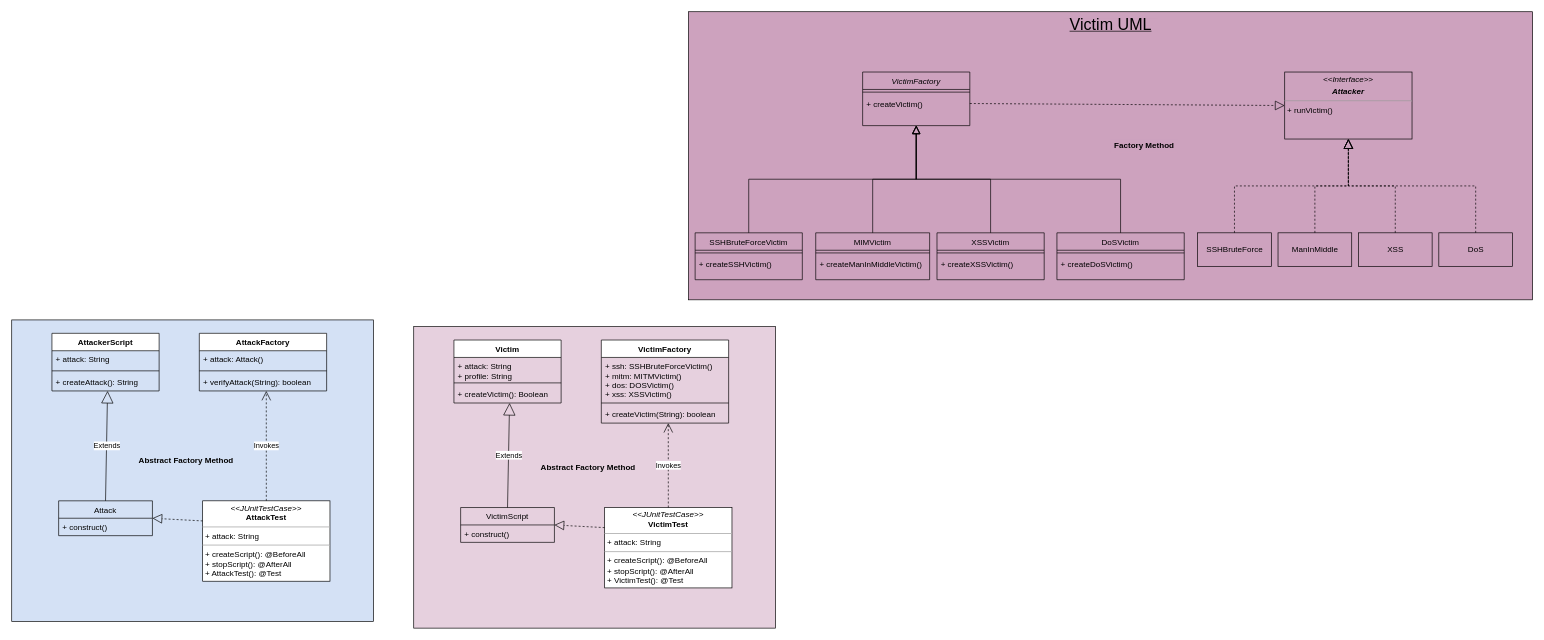
Above: Untitled Diagram.drawio in connormc1010/ZFAC025_Final_Project (draw.io), before the change. Source tidied: cells renumbered, new cells numbered last; positions are measured from the earlier drawing's top-left corner, leaving out a move shared by most shapes. Both pictures are drawn from the tidied source at 67%, with x=0, y=0 at pixel (11, 11).
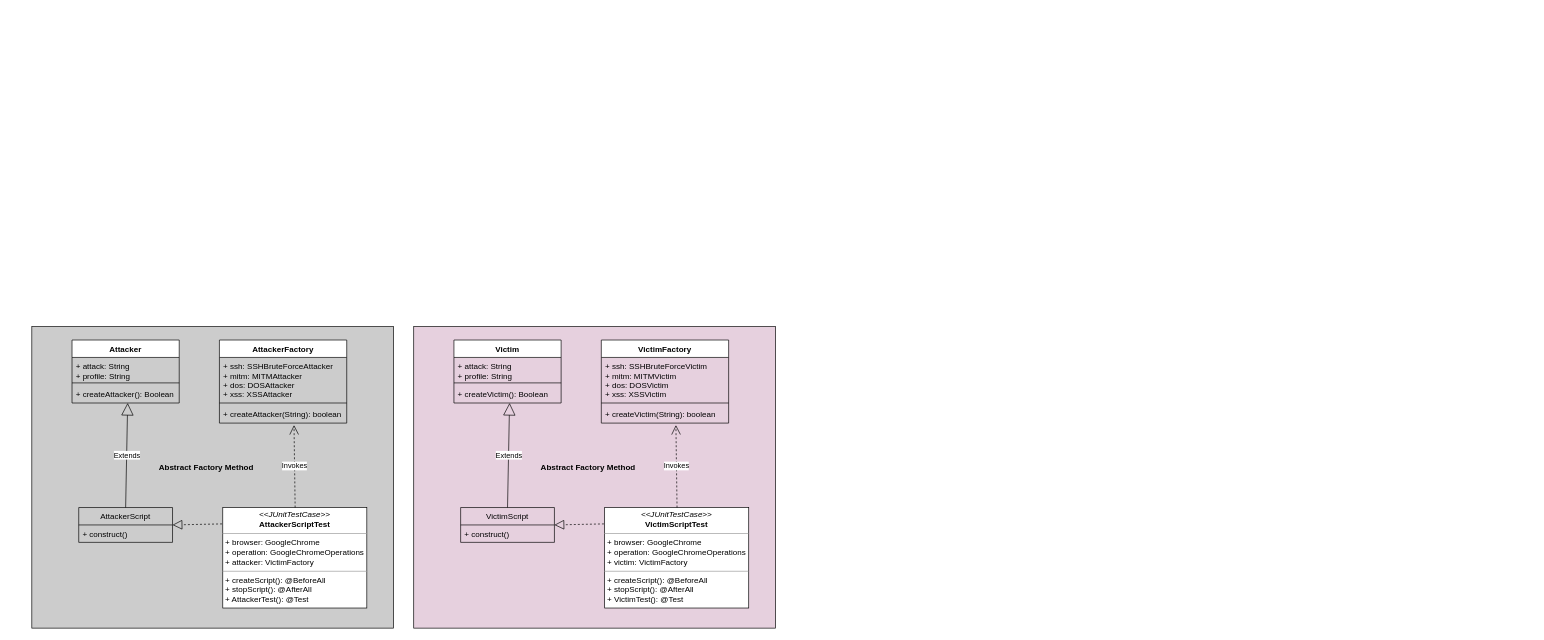
Above is the later version.

Unchanged cells that the change refers to:
```xml
<mxCell id="55" value="VictimScript" style="swimlane;fontStyle=0;horizontal=1;startSize=26;fillColor=none;" parent="1" vertex="1">
  <mxGeometry x="670" y="740" width="140" height="52" as="geometry" />
</mxCell>
<mxCell id="58" value="VictimFactory" style="swimlane;fontStyle=1;align=center;verticalAlign=top;horizontal=1;startSize=26;" parent="1" vertex="1">
  <mxGeometry x="880" y="490" width="190" height="124" as="geometry" />
</mxCell>
<mxCell id="61" value="+ createVictim(String): boolean" style="text;strokeColor=none;fillColor=none;align=left;verticalAlign=top;spacingLeft=4;spacingRight=4;overflow=hidden;points=[[0,0.5],[1,0.5]];portConstraint=eastwest;" parent="58" vertex="1">
  <mxGeometry y="98" width="190" height="26" as="geometry" />
</mxCell>
```

Diff of the diagram source:
```diff
@@
-    <mxCell id="2" style="rounded=0;whiteSpace=wrap;html=1;fillColor=#D4E1F5;" parent="1" vertex="1">
-      <mxGeometry y="460" width="540" height="450" as="geometry" />
-    </mxCell>
-    <mxCell id="3" style="rounded=0;whiteSpace=wrap;html=1;fillColor=#CDA2BE;" parent="1" vertex="1">
-      <mxGeometry x="1010" width="1260" height="430" as="geometry" />
-    </mxCell>
-    <mxCell id="4" value="VictimFactory" style="swimlane;fontStyle=2;align=center;verticalAlign=top;horizontal=1;startSize=26;rounded=0;shadow=0;strokeWidth=1;fillColor=#CDA2BE;" parent="1" vertex="1">
-      <mxGeometry x="1270" y="90" width="160" height="80" as="geometry" />
-    </mxCell>
-    <mxCell id="5" style="line;html=1;strokeWidth=1;align=left;verticalAlign=middle;spacingTop=-1;spacingLeft=3;spacingRight=3;labelPosition=right;" parent="4" vertex="1">
-      <mxGeometry y="26" width="160" height="8" as="geometry" />
-    </mxCell>
-    <mxCell id="6" value="+ createVictim()" style="text;align=left;verticalAlign=top;spacingLeft=4;spacingRight=4;overflow=hidden;points=[[0,0.5],[1,0.5]];portConstraint=eastwest;" parent="4" vertex="1">
-      <mxGeometry y="34" width="160" height="26" as="geometry" />
-    </mxCell>
-    <mxCell id="7" value="SSHBruteForceVictim" style="swimlane;fontStyle=0;align=center;verticalAlign=top;horizontal=1;startSize=26;rounded=0;shadow=0;strokeWidth=1;fillColor=#CDA2BE;" parent="1" vertex="1">
-      <mxGeometry x="1020" y="330" width="160" height="70" as="geometry" />
-    </mxCell>
-    <mxCell id="8" style="line;html=1;strokeWidth=1;align=left;verticalAlign=middle;spacingTop=-1;spacingLeft=3;spacingRight=3;labelPosition=right;" parent="7" vertex="1">
-      <mxGeometry y="26" width="160" height="8" as="geometry" />
-    </mxCell>
-    <mxCell id="9" value="+ createSSHVictim()" style="text;align=left;verticalAlign=top;spacingLeft=4;spacingRight=4;overflow=hidden;fontStyle=0;" parent="7" vertex="1">
-      <mxGeometry y="34" width="160" height="26" as="geometry" />
-    </mxCell>
-    <mxCell id="10" style="endArrow=block;endSize=10;endFill=0;shadow=0;strokeWidth=1;rounded=0;edgeStyle=elbowEdgeStyle;elbow=vertical;fillColor=#CDA2BE;" parent="1" edge="1" source="7" target="4">
-      <mxGeometry relative="1" as="geometry" />
-    </mxCell>
-    <mxCell id="11" value="MIMVictim" style="swimlane;fontStyle=0;align=center;verticalAlign=top;horizontal=1;startSize=26;rounded=0;shadow=0;strokeWidth=1;fillColor=#CDA2BE;" parent="1" vertex="1">
-      <mxGeometry x="1200" y="330" width="170" height="70" as="geometry" />
-    </mxCell>
-    <mxCell id="12" style="line;html=1;strokeWidth=1;align=left;verticalAlign=middle;spacingTop=-1;spacingLeft=3;spacingRight=3;labelPosition=right;" parent="11" vertex="1">
-      <mxGeometry y="26" width="170" height="8" as="geometry" />
-    </mxCell>
-    <mxCell id="13" value="+ createManInMiddleVictim()" style="text;align=left;verticalAlign=top;spacingLeft=4;spacingRight=4;overflow=hidden;fontStyle=0;" parent="11" vertex="1">
-      <mxGeometry y="34" width="170" height="26" as="geometry" />
-    </mxCell>
-    <mxCell id="14" style="endArrow=block;endSize=10;endFill=0;shadow=0;strokeWidth=1;rounded=0;edgeStyle=elbowEdgeStyle;elbow=vertical;fillColor=#CDA2BE;" parent="1" edge="1" source="11" target="4">
-      <mxGeometry relative="1" as="geometry" />
-    </mxCell>
-    <mxCell id="15" value="&lt;p style=&quot;margin: 0px ; margin-top: 4px ; text-align: center&quot;&gt;&lt;i&gt;&amp;lt;&amp;lt;Interface&amp;gt;&amp;gt;&lt;/i&gt;&lt;br&gt;&lt;/p&gt;&lt;p style=&quot;margin: 0px ; margin-top: 4px ; text-align: center&quot;&gt;&lt;i&gt;&lt;b&gt;Attacker&lt;/b&gt;&lt;/i&gt;&lt;/p&gt;&lt;hr size=&quot;1&quot;&gt;&lt;p style=&quot;margin: 0px ; margin-left: 4px&quot;&gt;+ runVictim()&lt;br&gt;&lt;/p&gt;" style="verticalAlign=top;align=left;overflow=fill;fontSize=12;fontFamily=Helvetica;html=1;fillColor=#CDA2BE;" parent="1" vertex="1">
-      <mxGeometry x="1900" y="90" width="190" height="100" as="geometry" />
-    </mxCell>
-    <mxCell id="16" value="SSHBruteForce" style="html=1;fillColor=#CDA2BE;" parent="1" vertex="1">
-      <mxGeometry x="1770" y="330" width="110" height="50" as="geometry" />
-    </mxCell>
-    <mxCell id="17" value="ManInMiddle" style="html=1;fillColor=#CDA2BE;" parent="1" vertex="1">
-      <mxGeometry x="1890" y="330" width="110" height="50" as="geometry" />
-    </mxCell>
-    <mxCell id="18" value="XSS" style="html=1;fillColor=#CDA2BE;" parent="1" vertex="1">
-      <mxGeometry x="2010" y="330" width="110" height="50" as="geometry" />
-    </mxCell>
-    <mxCell id="19" value="XSSVictim" style="swimlane;fontStyle=0;align=center;verticalAlign=top;horizontal=1;startSize=26;rounded=0;shadow=0;strokeWidth=1;fillColor=#CDA2BE;" parent="1" vertex="1">
-      <mxGeometry x="1381" y="330" width="160" height="70" as="geometry" />
-    </mxCell>
-    <mxCell id="20" style="line;html=1;strokeWidth=1;align=left;verticalAlign=middle;spacingTop=-1;spacingLeft=3;spacingRight=3;labelPosition=right;" parent="19" vertex="1">
-      <mxGeometry y="26" width="160" height="8" as="geometry" />
-    </mxCell>
-    <mxCell id="21" value="+ createXSSVictim()" style="text;align=left;verticalAlign=top;spacingLeft=4;spacingRight=4;overflow=hidden;fontStyle=0;" parent="19" vertex="1">
-      <mxGeometry y="34" width="160" height="26" as="geometry" />
-    </mxCell>
-    <mxCell id="22" value="DoS" style="html=1;fillColor=#CDA2BE;" parent="1" vertex="1">
-      <mxGeometry x="2130" y="330" width="110" height="50" as="geometry" />
-    </mxCell>
-    <mxCell id="23" value="DoSVictim" style="swimlane;fontStyle=0;align=center;verticalAlign=top;horizontal=1;startSize=26;rounded=0;shadow=0;strokeWidth=1;fillColor=#CDA2BE;" parent="1" vertex="1">
-      <mxGeometry x="1560" y="330" width="190" height="70" as="geometry" />
-    </mxCell>
-    <mxCell id="24" style="line;html=1;strokeWidth=1;align=left;verticalAlign=middle;spacingTop=-1;spacingLeft=3;spacingRight=3;labelPosition=right;" parent="23" vertex="1">
-      <mxGeometry y="26" width="190" height="8" as="geometry" />
-    </mxCell>
-    <mxCell id="25" value="+ createDoSVictim()" style="text;align=left;verticalAlign=top;spacingLeft=4;spacingRight=4;overflow=hidden;fontStyle=0;" parent="23" vertex="1">
-      <mxGeometry y="34" width="190" height="26" as="geometry" />
-    </mxCell>
-    <mxCell id="26" style="endArrow=block;dashed=1;endFill=0;endSize=12;html=1;rounded=0;exitX=0.5;exitY=0;exitDx=0;exitDy=0;entryX=0.5;entryY=1;entryDx=0;entryDy=0;edgeStyle=orthogonalEdgeStyle;fillColor=#CDA2BE;" parent="1" edge="1" source="16" target="15">
-      <mxGeometry relative="1" as="geometry" />
-    </mxCell>
-    <mxCell id="27" style="endArrow=block;dashed=1;endFill=0;endSize=12;html=1;rounded=0;entryX=0.5;entryY=1;entryDx=0;entryDy=0;edgeStyle=orthogonalEdgeStyle;fillColor=#CDA2BE;" parent="1" edge="1" source="17" target="15">
-      <mxGeometry relative="1" as="geometry" />
-    </mxCell>
-    <mxCell id="28" style="endArrow=block;dashed=1;endFill=0;endSize=12;html=1;rounded=0;exitX=0.5;exitY=0;exitDx=0;exitDy=0;entryX=0.5;entryY=1;entryDx=0;entryDy=0;edgeStyle=orthogonalEdgeStyle;fillColor=#CDA2BE;" parent="1" edge="1" source="18" target="15">
-      <mxGeometry relative="1" as="geometry" />
-    </mxCell>
-    <mxCell id="29" style="endArrow=block;dashed=1;endFill=0;endSize=12;html=1;rounded=0;exitX=0.5;exitY=0;exitDx=0;exitDy=0;entryX=0.5;entryY=1;entryDx=0;entryDy=0;edgeStyle=orthogonalEdgeStyle;fillColor=#CDA2BE;" parent="1" edge="1" source="22" target="15">
-      <mxGeometry relative="1" as="geometry" />
-    </mxCell>
-    <mxCell id="30" style="endArrow=block;endSize=10;endFill=0;shadow=0;strokeWidth=1;rounded=0;edgeStyle=elbowEdgeStyle;elbow=vertical;exitX=0.5;exitY=0;exitDx=0;exitDy=0;entryX=0.5;entryY=1;entryDx=0;entryDy=0;fillColor=#CDA2BE;" parent="1" edge="1" source="19" target="4">
-      <mxGeometry relative="1" as="geometry" />
-    </mxCell>
-    <mxCell id="31" style="endArrow=block;endSize=10;endFill=0;shadow=0;strokeWidth=1;rounded=0;edgeStyle=elbowEdgeStyle;elbow=vertical;exitX=0.5;exitY=0;exitDx=0;exitDy=0;entryX=0.5;entryY=1;entryDx=0;entryDy=0;fillColor=#CDA2BE;" parent="1" edge="1" source="23" target="4">
-      <mxGeometry relative="1" as="geometry" />
-    </mxCell>
-    <mxCell id="32" style="endArrow=block;dashed=1;endFill=0;endSize=12;html=1;rounded=0;exitX=1;exitY=0.5;exitDx=0;exitDy=0;entryX=0;entryY=0.5;entryDx=0;entryDy=0;fillColor=#CDA2BE;" parent="1" edge="1" source="6" target="15">
-      <mxGeometry relative="1" as="geometry" />
-    </mxCell>
-    <mxCell id="33" value="&lt;u&gt;&lt;font style=&quot;font-size: 24px&quot;&gt;Victim UML&lt;/font&gt;&lt;/u&gt;" style="text;html=1;align=center;verticalAlign=middle;strokeColor=none;fillColor=#CDA2BE;" parent="1" vertex="1">
-      <mxGeometry x="1570" y="10" width="140" height="20" as="geometry" />
-    </mxCell>
-    <mxCell id="34" value="&lt;b&gt;Factory Method&lt;/b&gt;" style="text;html=1;align=center;verticalAlign=middle;strokeColor=none;fillColor=#CDA2BE;" parent="1" vertex="1">
-      <mxGeometry x="1640" y="190" width="100" height="20" as="geometry" />
-    </mxCell>
-    <mxCell id="35" value="AttackerScript" style="swimlane;fontStyle=1;align=center;verticalAlign=top;horizontal=1;startSize=26;" parent="1" vertex="1">
-      <mxGeometry x="60" y="480" width="160" height="86" as="geometry" />
-    </mxCell>
-    <mxCell id="36" value="+ attack: String" style="text;strokeColor=none;fillColor=none;align=left;verticalAlign=top;spacingLeft=4;spacingRight=4;overflow=hidden;" parent="35" vertex="1">
-      <mxGeometry y="26" width="160" height="26" as="geometry" />
-    </mxCell>
-    <mxCell id="37" style="line;strokeWidth=1;fillColor=none;align=left;verticalAlign=middle;spacingTop=-1;spacingLeft=3;spacingRight=3;labelPosition=right;" parent="35" vertex="1">
-      <mxGeometry y="52" width="160" height="8" as="geometry" />
-    </mxCell>
-    <mxCell id="38" value="+ createAttack(): String" style="text;strokeColor=none;fillColor=none;align=left;verticalAlign=top;spacingLeft=4;spacingRight=4;overflow=hidden;points=[[0,0.5],[1,0.5]];portConstraint=eastwest;" parent="35" vertex="1">
-      <mxGeometry y="60" width="160" height="26" as="geometry" />
-    </mxCell>
-    <mxCell id="39" value="Attack" style="swimlane;fontStyle=0;horizontal=1;startSize=26;fillColor=none;" parent="1" vertex="1">
-      <mxGeometry x="70" y="730" width="140" height="52" as="geometry" />
-    </mxCell>
-    <mxCell id="40" value="+ construct()" style="text;strokeColor=none;fillColor=none;align=left;verticalAlign=top;spacingLeft=4;spacingRight=4;overflow=hidden;" parent="39" vertex="1">
-      <mxGeometry y="26" width="140" height="26" as="geometry" />
-    </mxCell>
-    <mxCell id="41" value="&lt;p style=&quot;margin: 0px ; margin-top: 4px ; text-align: center&quot;&gt;&lt;i&gt;&amp;lt;&amp;lt;JUnitTestCase&amp;gt;&amp;gt;&lt;/i&gt;&lt;br&gt;&lt;b&gt;AttackTest&lt;/b&gt;&lt;/p&gt;&lt;hr size=&quot;1&quot;&gt;&lt;p style=&quot;margin: 0px ; margin-left: 4px&quot;&gt;+ attack: String&lt;/p&gt;&lt;hr size=&quot;1&quot;&gt;&lt;p style=&quot;margin: 0px ; margin-left: 4px&quot;&gt;+ createScript(): @BeforeAll&lt;/p&gt;&lt;p style=&quot;margin: 0px ; margin-left: 4px&quot;&gt;+ stopScript(): @AfterAll&lt;/p&gt;&lt;p style=&quot;margin: 0px ; margin-left: 4px&quot;&gt;+ AttackTest(): @Test&lt;br&gt;&lt;br&gt;&lt;/p&gt;" style="verticalAlign=top;align=left;overflow=fill;fontSize=12;fontFamily=Helvetica;html=1;" parent="1" vertex="1">
-      <mxGeometry x="285" y="730" width="190" height="120" as="geometry" />
-    </mxCell>
-    <mxCell id="42" value="AttackFactory" style="swimlane;fontStyle=1;align=center;verticalAlign=top;horizontal=1;startSize=26;" parent="1" vertex="1">
-      <mxGeometry x="280" y="480" width="190" height="86" as="geometry" />
-    </mxCell>
-    <mxCell id="43" value="+ attack: Attack()" style="text;strokeColor=none;fillColor=none;align=left;verticalAlign=top;spacingLeft=4;spacingRight=4;overflow=hidden;" parent="42" vertex="1">
-      <mxGeometry y="26" width="190" height="26" as="geometry" />
-    </mxCell>
-    <mxCell id="44" style="line;strokeWidth=1;fillColor=none;align=left;verticalAlign=middle;spacingTop=-1;spacingLeft=3;spacingRight=3;labelPosition=right;" parent="42" vertex="1">
-      <mxGeometry y="52" width="190" height="8" as="geometry" />
-    </mxCell>
-    <mxCell id="45" value="+ verifyAttack(String): boolean" style="text;strokeColor=none;fillColor=none;align=left;verticalAlign=top;spacingLeft=4;spacingRight=4;overflow=hidden;points=[[0,0.5],[1,0.5]];portConstraint=eastwest;" parent="42" vertex="1">
-      <mxGeometry y="60" width="190" height="26" as="geometry" />
-    </mxCell>
-    <mxCell id="46" value="Extends" style="endArrow=block;endSize=16;endFill=0;html=1;rounded=0;exitX=0.5;exitY=0;exitDx=0;exitDy=0;entryX=0.519;entryY=1;entryDx=0;entryDy=0;entryPerimeter=0;" parent="1" edge="1" source="39" target="38">
-      <mxGeometry relative="1" as="geometry" />
-    </mxCell>
-    <mxCell id="47" style="endArrow=block;dashed=1;endFill=0;endSize=12;html=1;rounded=0;entryX=1;entryY=0.5;entryDx=0;entryDy=0;exitX=0;exitY=0.25;exitDx=0;exitDy=0;" parent="1" edge="1" source="41" target="39">
-      <mxGeometry relative="1" as="geometry" />
-    </mxCell>
-    <mxCell id="48" value="Invokes" style="endArrow=open;endSize=12;dashed=1;html=1;rounded=0;exitX=0.5;exitY=0;exitDx=0;exitDy=0;entryX=0.526;entryY=1;entryDx=0;entryDy=0;entryPerimeter=0;" parent="1" edge="1" source="41" target="45">
-      <mxGeometry relative="1" as="geometry" />
-    </mxCell>
-    <mxCell id="49" value="&lt;b&gt;Abstract Factory Method&lt;/b&gt;" style="text;html=1;align=center;verticalAlign=middle;strokeColor=none;fillColor=none;" parent="1" vertex="1">
-      <mxGeometry x="180" y="660" width="160" height="20" as="geometry" />
-    </mxCell>
@@
-    <mxCell id="57" value="&lt;p style=&quot;margin: 0px ; margin-top: 4px ; text-align: center&quot;&gt;&lt;i&gt;&amp;lt;&amp;lt;JUnitTestCase&amp;gt;&amp;gt;&lt;/i&gt;&lt;br&gt;&lt;b&gt;VictimTest&lt;/b&gt;&lt;/p&gt;&lt;hr size=&quot;1&quot;&gt;&lt;p style=&quot;margin: 0px ; margin-left: 4px&quot;&gt;+ attack: String&lt;/p&gt;&lt;hr size=&quot;1&quot;&gt;&lt;p style=&quot;margin: 0px ; margin-left: 4px&quot;&gt;+ createScript(): @BeforeAll&lt;/p&gt;&lt;p style=&quot;margin: 0px ; margin-left: 4px&quot;&gt;+ stopScript(): @AfterAll&lt;/p&gt;&lt;p style=&quot;margin: 0px ; margin-left: 4px&quot;&gt;+ VictimTest(): @Test&lt;br&gt;&lt;br&gt;&lt;/p&gt;" style="verticalAlign=top;align=left;overflow=fill;fontSize=12;fontFamily=Helvetica;html=1;" parent="1" vertex="1">
-      <mxGeometry x="885" y="740" width="190" height="120" as="geometry" />
+    <mxCell id="57" value="&lt;p style=&quot;margin: 0px ; margin-top: 4px ; text-align: center&quot;&gt;&lt;i&gt;&amp;lt;&amp;lt;JUnitTestCase&amp;gt;&amp;gt;&lt;/i&gt;&lt;br&gt;&lt;b&gt;VictimScriptTest&lt;/b&gt;&lt;/p&gt;&lt;hr size=&quot;1&quot;&gt;&lt;p style=&quot;margin: 0px ; margin-left: 4px&quot;&gt;+ browser: GoogleChrome&lt;/p&gt;&lt;p style=&quot;margin: 0px ; margin-left: 4px&quot;&gt;+ operation: GoogleChromeOperations&lt;/p&gt;&lt;p style=&quot;margin: 0px ; margin-left: 4px&quot;&gt;+ victim: VictimFactory&lt;/p&gt;&lt;hr size=&quot;1&quot;&gt;&lt;p style=&quot;margin: 0px ; margin-left: 4px&quot;&gt;+ createScript(): @BeforeAll&lt;/p&gt;&lt;p style=&quot;margin: 0px ; margin-left: 4px&quot;&gt;+ stopScript(): @AfterAll&lt;/p&gt;&lt;p style=&quot;margin: 0px ; margin-left: 4px&quot;&gt;+ VictimTest(): @Test&lt;br&gt;&lt;br&gt;&lt;/p&gt;" style="verticalAlign=top;align=left;overflow=fill;fontSize=12;fontFamily=Helvetica;html=1;" parent="1" vertex="1">
+      <mxGeometry x="885" y="740" width="215" height="150" as="geometry" />
     </mxCell>
@@
-    <mxCell id="59" value="+ ssh: SSHBruteForceVictim()&#10;+ mitm: MITMVictim()&#10;+ dos: DOSVictim()&#10;+ xss: XSSVictim()&#10;" style="text;strokeColor=none;fillColor=none;align=left;verticalAlign=top;spacingLeft=4;spacingRight=4;overflow=hidden;" parent="58" vertex="1">
+    <mxCell id="59" value="+ ssh: SSHBruteForceVictim&#10;+ mitm: MITMVictim&#10;+ dos: DOSVictim&#10;+ xss: XSSVictim&#10;" style="text;strokeColor=none;fillColor=none;align=left;verticalAlign=top;spacingLeft=4;spacingRight=4;overflow=hidden;" parent="58" vertex="1">
       <mxGeometry y="26" width="190" height="64" as="geometry" />
     </mxCell>
@@
-    <mxCell id="63" style="endArrow=block;dashed=1;endFill=0;endSize=12;html=1;rounded=0;entryX=1;entryY=0.5;entryDx=0;entryDy=0;exitX=0;exitY=0.25;exitDx=0;exitDy=0;" parent="1" edge="1" source="57" target="55">
+    <mxCell id="63" style="endArrow=block;dashed=1;endFill=0;endSize=12;html=1;rounded=0;entryX=1;entryY=0.5;entryDx=0;entryDy=0;exitX=-0.005;exitY=0.163;exitDx=0;exitDy=0;exitPerimeter=0;" parent="1" edge="1" source="57" target="55">
       <mxGeometry relative="1" as="geometry" />
     </mxCell>
-    <mxCell id="64" value="Invokes" style="endArrow=open;endSize=12;dashed=1;html=1;rounded=0;exitX=0.5;exitY=0;exitDx=0;exitDy=0;entryX=0.526;entryY=1;entryDx=0;entryDy=0;entryPerimeter=0;" parent="1" edge="1" source="57" target="61">
-      <mxGeometry relative="1" as="geometry" />
+    <mxCell id="64" value="Invokes" style="endArrow=open;endSize=12;dashed=1;html=1;rounded=0;entryX=0.586;entryY=1.115;entryDx=0;entryDy=0;entryPerimeter=0;" parent="1" edge="1" target="61">
+      <mxGeometry relative="1" as="geometry">
+        <mxPoint x="993" y="740" as="sourcePoint" />
+      </mxGeometry>
     </mxCell>
@@
+    <mxCell id="66" style="rounded=0;whiteSpace=wrap;html=1;fillColor=#CCCCCC;" parent="1" vertex="1">
+      <mxGeometry x="30" y="470" width="540" height="450" as="geometry" />
+    </mxCell>
+    <mxCell id="67" value="Attacker" style="swimlane;fontStyle=1;align=center;verticalAlign=top;horizontal=1;startSize=26;" parent="1" vertex="1">
+      <mxGeometry x="90" y="490" width="160" height="94" as="geometry" />
+    </mxCell>
+    <mxCell id="68" value="+ attack: String&#10;+ profile: String" style="text;strokeColor=none;fillColor=none;align=left;verticalAlign=top;spacingLeft=4;spacingRight=4;overflow=hidden;" parent="67" vertex="1">
+      <mxGeometry y="26" width="160" height="34" as="geometry" />
+    </mxCell>
+    <mxCell id="69" style="line;strokeWidth=1;fillColor=none;align=left;verticalAlign=middle;spacingTop=-1;spacingLeft=3;spacingRight=3;labelPosition=right;" parent="67" vertex="1">
+      <mxGeometry y="60" width="160" height="8" as="geometry" />
+    </mxCell>
+    <mxCell id="70" value="+ createAttacker(): Boolean" style="text;strokeColor=none;fillColor=none;align=left;verticalAlign=top;spacingLeft=4;spacingRight=4;overflow=hidden;points=[[0,0.5],[1,0.5]];portConstraint=eastwest;" parent="67" vertex="1">
+      <mxGeometry y="68" width="160" height="26" as="geometry" />
+    </mxCell>
+    <mxCell id="35" value="AttackerScript" style="swimlane;fontStyle=0;horizontal=1;startSize=26;fillColor=none;" parent="1" vertex="1">
+      <mxGeometry x="100" y="740" width="140" height="52" as="geometry" />
+    </mxCell>
+    <mxCell id="40" value="+ construct()" style="text;strokeColor=none;fillColor=none;align=left;verticalAlign=top;spacingLeft=4;spacingRight=4;overflow=hidden;" parent="35" vertex="1">
+      <mxGeometry y="26" width="140" height="26" as="geometry" />
+    </mxCell>
+    <mxCell id="71" value="&lt;p style=&quot;margin: 0px ; margin-top: 4px ; text-align: center&quot;&gt;&lt;i&gt;&amp;lt;&amp;lt;JUnitTestCase&amp;gt;&amp;gt;&lt;/i&gt;&lt;br&gt;&lt;b&gt;AttackerScriptTest&lt;/b&gt;&lt;/p&gt;&lt;hr size=&quot;1&quot;&gt;&lt;p style=&quot;margin: 0px ; margin-left: 4px&quot;&gt;+ browser: GoogleChrome&lt;/p&gt;&lt;p style=&quot;margin: 0px ; margin-left: 4px&quot;&gt;+ operation: GoogleChromeOperations&lt;/p&gt;&lt;p style=&quot;margin: 0px ; margin-left: 4px&quot;&gt;+ attacker: VictimFactory&lt;/p&gt;&lt;hr size=&quot;1&quot;&gt;&lt;p style=&quot;margin: 0px ; margin-left: 4px&quot;&gt;+ createScript(): @BeforeAll&lt;/p&gt;&lt;p style=&quot;margin: 0px ; margin-left: 4px&quot;&gt;+ stopScript(): @AfterAll&lt;/p&gt;&lt;p style=&quot;margin: 0px ; margin-left: 4px&quot;&gt;+ AttackerTest(): @Test&lt;br&gt;&lt;br&gt;&lt;/p&gt;" style="verticalAlign=top;align=left;overflow=fill;fontSize=12;fontFamily=Helvetica;html=1;" parent="1" vertex="1">
+      <mxGeometry x="315" y="740" width="215" height="150" as="geometry" />
+    </mxCell>
+    <mxCell id="72" value="AttackerFactory" style="swimlane;fontStyle=1;align=center;verticalAlign=top;horizontal=1;startSize=26;" parent="1" vertex="1">
+      <mxGeometry x="310" y="490" width="190" height="124" as="geometry" />
+    </mxCell>
+    <mxCell id="73" value="+ ssh: SSHBruteForceAttacker&#10;+ mitm: MITMAttacker&#10;+ dos: DOSAttacker&#10;+ xss: XSSAttacker&#10;" style="text;strokeColor=none;fillColor=none;align=left;verticalAlign=top;spacingLeft=4;spacingRight=4;overflow=hidden;" parent="72" vertex="1">
+      <mxGeometry y="26" width="190" height="64" as="geometry" />
+    </mxCell>
+    <mxCell id="74" style="line;strokeWidth=1;fillColor=none;align=left;verticalAlign=middle;spacingTop=-1;spacingLeft=3;spacingRight=3;labelPosition=right;" parent="72" vertex="1">
+      <mxGeometry y="90" width="190" height="8" as="geometry" />
+    </mxCell>
+    <mxCell id="75" value="+ createAttacker(String): boolean" style="text;strokeColor=none;fillColor=none;align=left;verticalAlign=top;spacingLeft=4;spacingRight=4;overflow=hidden;points=[[0,0.5],[1,0.5]];portConstraint=eastwest;" parent="72" vertex="1">
+      <mxGeometry y="98" width="190" height="26" as="geometry" />
+    </mxCell>
+    <mxCell id="46" value="Extends" style="endArrow=block;endSize=16;endFill=0;html=1;rounded=0;exitX=0.5;exitY=0;exitDx=0;exitDy=0;entryX=0.519;entryY=1;entryDx=0;entryDy=0;entryPerimeter=0;" parent="1" edge="1" source="35" target="70">
+      <mxGeometry relative="1" as="geometry" />
+    </mxCell>
+    <mxCell id="76" style="endArrow=block;dashed=1;endFill=0;endSize=12;html=1;rounded=0;entryX=1;entryY=0.5;entryDx=0;entryDy=0;exitX=-0.005;exitY=0.163;exitDx=0;exitDy=0;exitPerimeter=0;" parent="1" edge="1" source="71" target="35">
+      <mxGeometry relative="1" as="geometry" />
+    </mxCell>
+    <mxCell id="48" value="Invokes" style="endArrow=open;endSize=12;dashed=1;html=1;rounded=0;entryX=0.586;entryY=1.115;entryDx=0;entryDy=0;entryPerimeter=0;" parent="1" edge="1" target="75">
+      <mxGeometry relative="1" as="geometry">
+        <mxPoint x="423" y="740" as="sourcePoint" />
+      </mxGeometry>
+    </mxCell>
+    <mxCell id="49" value="&lt;b&gt;Abstract Factory Method&lt;/b&gt;" style="text;html=1;align=center;verticalAlign=middle;strokeColor=none;fillColor=none;" parent="1" vertex="1">
+      <mxGeometry x="210" y="670" width="160" height="20" as="geometry" />
+    </mxCell>
```
